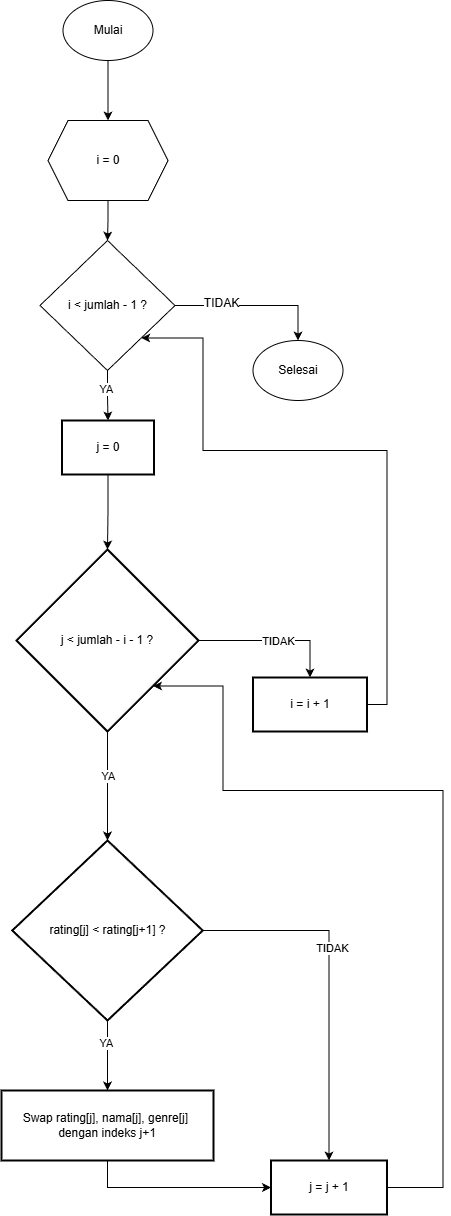
arrhmnzkey/movie-rating keeps this draw.io diagram as Proposal/flowchartSorting.png. Above is the earlier version. Source tidied: cells renumbered, new cells last; positions are measured from the earlier drawing's top-left corner, leaving out a move shared by most shapes.
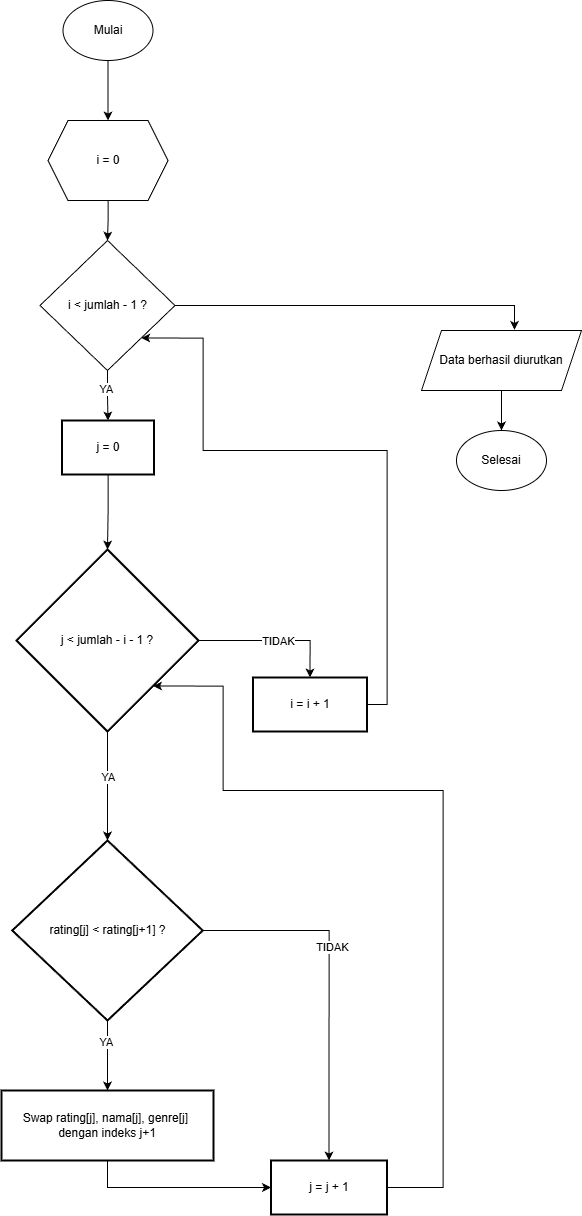
Later version of the same file.

What changed in the source:
```diff
@@ -14,12 +14,6 @@
     <mxCell id="5" value="&amp;nbsp; i = 0&amp;nbsp;&amp;nbsp;" style="shape=hexagon;perimeter=hexagonPerimeter2;whiteSpace=wrap;html=1;fixedSize=1;" parent="1" vertex="1">
       <mxGeometry x="46.5" y="120" width="120" height="80" as="geometry" />
     </mxCell>
-    <mxCell id="6" style="edgeStyle=orthogonalEdgeStyle;rounded=0;jettySize=auto;html=1;exitX=1;exitY=0.5;exitDx=0;exitDy=0;entryX=0.5;entryY=0;entryDx=0;entryDy=0;" parent="1" edge="1" source="10" target="11">
-      <mxGeometry relative="1" as="geometry" />
-    </mxCell>
-    <mxCell id="7" value="&lt;font style=&quot;font-size: 12px;&quot;&gt;TIDAK&lt;/font&gt;" style="edgeLabel;html=1;align=center;verticalAlign=middle;" parent="6" vertex="1">
-      <mxGeometry x="-0.43" y="3" relative="1" as="geometry" />
-    </mxCell>
     <mxCell id="8" style="edgeStyle=orthogonalEdgeStyle;rounded=0;jettySize=auto;html=1;exitX=0.5;exitY=1;exitDx=0;exitDy=0;entryX=0.5;entryY=0;entryDx=0;entryDy=0;" parent="1" edge="1" source="10" target="13">
       <mxGeometry relative="1" as="geometry" />
     </mxCell>
@@ -30,7 +24,7 @@
       <mxGeometry x="38.5" y="240" width="135" height="130" as="geometry" />
     </mxCell>
     <mxCell id="11" value="Selesai" style="ellipse;whiteSpace=wrap;html=1;" parent="1" vertex="1">
-      <mxGeometry x="251.5" y="340" width="90" height="60" as="geometry" />
+      <mxGeometry x="455" y="430" width="90" height="60" as="geometry" />
     </mxCell>
     <mxCell id="12" style="edgeStyle=orthogonalEdgeStyle;rounded=0;jettySize=auto;html=1;" parent="1" edge="1" source="13" target="18">
       <mxGeometry relative="1" as="geometry" />
@@ -108,5 +102,14 @@
     <mxCell id="29" value="Swap rating[j], nama[j], genre[j] &#10;dengan indeks j+1" style="whiteSpace=wrap;strokeWidth=2;" parent="1" vertex="1">
       <mxGeometry y="1090" width="212" height="70" as="geometry" />
     </mxCell>
+    <mxCell id="30" style="edgeStyle=orthogonalEdgeStyle;rounded=0;jettySize=auto;html=1;" parent="1" edge="1" source="31" target="11">
+      <mxGeometry relative="1" as="geometry" />
+    </mxCell>
+    <mxCell id="31" value="Data berhasil diurutkan" style="shape=parallelogram;perimeter=parallelogramPerimeter;whiteSpace=wrap;html=1;fixedSize=1;" parent="1" vertex="1">
+      <mxGeometry x="420" y="330" width="160" height="60" as="geometry" />
+    </mxCell>
+    <mxCell id="32" style="edgeStyle=orthogonalEdgeStyle;rounded=0;jettySize=auto;html=1;exitX=1;exitY=0.5;exitDx=0;exitDy=0;entryX=0.581;entryY=-0.011;entryDx=0;entryDy=0;entryPerimeter=0;" parent="1" edge="1" source="10" target="31">
+      <mxGeometry relative="1" as="geometry" />
+    </mxCell>
   </root>
 </mxGraphModel>
```
